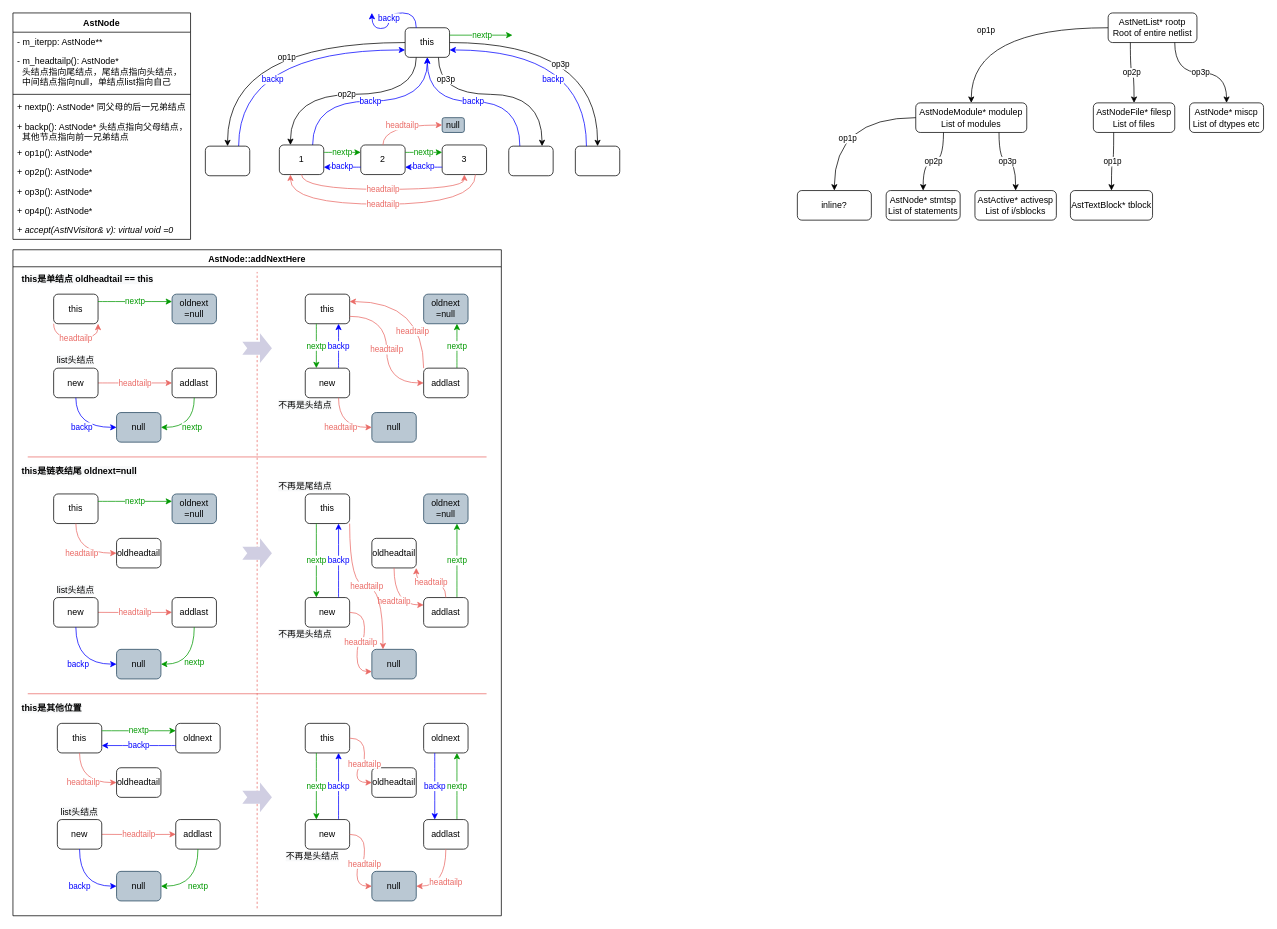
Dercury/CLDK keeps this draw.io diagram as verilator_digrams/V3AstNode.drawio. Above is the earlier version. Source tidied: cells renumbered, new cells numbered last; positions are measured from the earlier drawing's top-left corner, leaving out a move shared by most shapes. Both pictures are drawn from the tidied source at 74%, with x=0, y=0 at pixel (13, 13).
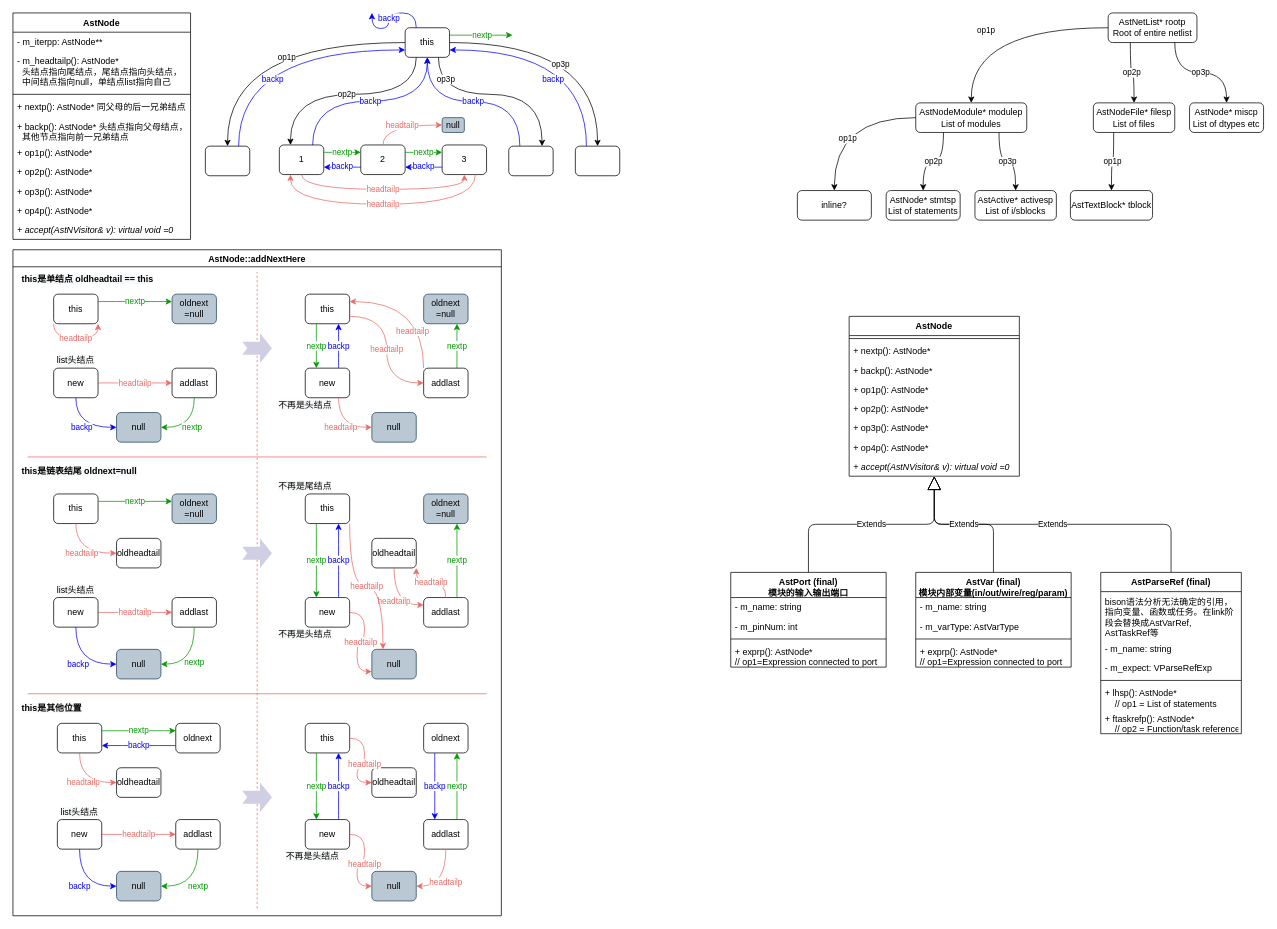
The same diagram, later.

What changed in the source:
```diff
@@
+    <mxCell id="140" value="AstParseRef (final)" style="swimlane;fontStyle=1;align=center;verticalAlign=top;horizontal=1;startSize=26;" parent="1" vertex="1">
+      <mxGeometry x="1470" y="756" width="190" height="218" as="geometry" />
+    </mxCell>
+    <mxCell id="141" value="bison语法分析无法确定的引用，指向变量、函数或任务。在link阶段会替换成AstVarRef, AstTaskRef等" style="text;strokeColor=none;fillColor=none;align=left;verticalAlign=top;spacingLeft=4;spacingRight=4;overflow=hidden;whiteSpace=wrap;" parent="140" vertex="1">
+      <mxGeometry y="26" width="190" height="64" as="geometry" />
+    </mxCell>
+    <mxCell id="142" value="- m_name: string" style="text;strokeColor=none;fillColor=none;align=left;verticalAlign=top;spacingLeft=4;spacingRight=4;overflow=hidden;" parent="140" vertex="1">
+      <mxGeometry y="90" width="190" height="26" as="geometry" />
+    </mxCell>
+    <mxCell id="143" value="- m_expect: VParseRefExp" style="text;strokeColor=none;fillColor=none;align=left;verticalAlign=top;spacingLeft=4;spacingRight=4;overflow=hidden;" parent="140" vertex="1">
+      <mxGeometry y="116" width="190" height="26" as="geometry" />
+    </mxCell>
+    <mxCell id="144" style="line;strokeWidth=1;fillColor=none;align=left;verticalAlign=middle;spacingTop=-1;spacingLeft=3;spacingRight=3;labelPosition=right;" parent="140" vertex="1">
+      <mxGeometry y="142" width="190" height="8" as="geometry" />
+    </mxCell>
+    <mxCell id="145" value="+ lhsp(): AstNode*&#10;    // op1 = List of statements" style="text;strokeColor=none;fillColor=none;align=left;verticalAlign=top;spacingLeft=4;spacingRight=4;overflow=hidden;" parent="140" vertex="1">
+      <mxGeometry y="150" width="190" height="34" as="geometry" />
+    </mxCell>
+    <mxCell id="146" value="+ ftaskrefp(): AstNode*&#10;    // op2 = Function/task reference" style="text;strokeColor=none;fillColor=none;align=left;verticalAlign=top;spacingLeft=4;spacingRight=4;overflow=hidden;" parent="140" vertex="1">
+      <mxGeometry y="184" width="190" height="34" as="geometry" />
+    </mxCell>
+    <mxCell id="147" value="AstNode" style="swimlane;fontStyle=1;align=center;verticalAlign=top;horizontal=1;startSize=26;" parent="1" vertex="1">
+      <mxGeometry x="1130" y="410" width="230" height="216" as="geometry" />
+    </mxCell>
+    <mxCell id="148" style="line;strokeWidth=1;fillColor=none;align=left;verticalAlign=middle;spacingTop=-1;spacingLeft=3;spacingRight=3;labelPosition=right;" parent="147" vertex="1">
+      <mxGeometry y="26" width="230" height="8" as="geometry" />
+    </mxCell>
+    <mxCell id="149" value="+ nextp(): AstNode*" style="text;strokeColor=none;fillColor=none;align=left;verticalAlign=top;spacingLeft=4;spacingRight=4;overflow=hidden;" parent="147" vertex="1">
+      <mxGeometry y="34" width="230" height="26" as="geometry" />
+    </mxCell>
+    <mxCell id="150" value="+ backp(): AstNode*" style="text;strokeColor=none;fillColor=none;align=left;verticalAlign=top;spacingLeft=4;spacingRight=4;overflow=hidden;" parent="147" vertex="1">
+      <mxGeometry y="60" width="230" height="26" as="geometry" />
+    </mxCell>
+    <mxCell id="151" value="+ op1p(): AstNode*" style="text;strokeColor=none;fillColor=none;align=left;verticalAlign=top;spacingLeft=4;spacingRight=4;overflow=hidden;" parent="147" vertex="1">
+      <mxGeometry y="86" width="230" height="26" as="geometry" />
+    </mxCell>
+    <mxCell id="152" value="+ op2p(): AstNode*" style="text;strokeColor=none;fillColor=none;align=left;verticalAlign=top;spacingLeft=4;spacingRight=4;overflow=hidden;" parent="147" vertex="1">
+      <mxGeometry y="112" width="230" height="26" as="geometry" />
+    </mxCell>
+    <mxCell id="153" value="+ op3p(): AstNode*" style="text;strokeColor=none;fillColor=none;align=left;verticalAlign=top;spacingLeft=4;spacingRight=4;overflow=hidden;" parent="147" vertex="1">
+      <mxGeometry y="138" width="230" height="26" as="geometry" />
+    </mxCell>
+    <mxCell id="154" value="+ op4p(): AstNode*" style="text;strokeColor=none;fillColor=none;align=left;verticalAlign=top;spacingLeft=4;spacingRight=4;overflow=hidden;" parent="147" vertex="1">
+      <mxGeometry y="164" width="230" height="26" as="geometry" />
+    </mxCell>
+    <mxCell id="155" value="+ accept(AstNVisitor&amp; v): virtual void =0" style="text;strokeColor=none;fillColor=none;align=left;verticalAlign=top;spacingLeft=4;spacingRight=4;overflow=hidden;fontStyle=2;" parent="147" vertex="1">
+      <mxGeometry y="190" width="230" height="26" as="geometry" />
+    </mxCell>
+    <mxCell id="156" value="Extends" style="endArrow=block;endSize=16;endFill=0;html=1;edgeStyle=orthogonalEdgeStyle;exitX=0.5;exitY=0;exitDx=0;exitDy=0;" parent="1" edge="1" source="140" target="147">
+      <mxGeometry relative="1" as="geometry" />
+    </mxCell>
+    <mxCell id="157" value="AstPort (final)&#10;模块的输入输出端口" style="swimlane;fontStyle=1;align=center;verticalAlign=top;horizontal=1;startSize=34;" parent="1" vertex="1">
+      <mxGeometry x="970" y="756" width="210" height="128" as="geometry" />
+    </mxCell>
+    <mxCell id="158" value="- m_name: string" style="text;strokeColor=none;fillColor=none;align=left;verticalAlign=top;spacingLeft=4;spacingRight=4;overflow=hidden;" parent="157" vertex="1">
+      <mxGeometry y="34" width="210" height="26" as="geometry" />
+    </mxCell>
+    <mxCell id="159" value="- m_pinNum: int" style="text;strokeColor=none;fillColor=none;align=left;verticalAlign=top;spacingLeft=4;spacingRight=4;overflow=hidden;" parent="157" vertex="1">
+      <mxGeometry y="60" width="210" height="26" as="geometry" />
+    </mxCell>
+    <mxCell id="160" style="line;strokeWidth=1;fillColor=none;align=left;verticalAlign=middle;spacingTop=-1;spacingLeft=3;spacingRight=3;labelPosition=right;" parent="157" vertex="1">
+      <mxGeometry y="86" width="210" height="8" as="geometry" />
+    </mxCell>
+    <mxCell id="161" value="+ exprp(): AstNode*&#10;// op1=Expression connected to port" style="text;strokeColor=none;fillColor=none;align=left;verticalAlign=top;spacingLeft=4;spacingRight=4;overflow=hidden;" parent="157" vertex="1">
+      <mxGeometry y="94" width="210" height="34" as="geometry" />
+    </mxCell>
+    <mxCell id="162" value="Extends" style="endArrow=block;endSize=16;endFill=0;html=1;edgeStyle=orthogonalEdgeStyle;" parent="1" edge="1" source="157" target="147">
+      <mxGeometry relative="1" as="geometry" />
+    </mxCell>
+    <mxCell id="163" value="AstVar (final)&#10;模块内部变量(in/out/wire/reg/param)" style="swimlane;fontStyle=1;align=center;verticalAlign=top;horizontal=1;startSize=34;" parent="1" vertex="1">
+      <mxGeometry x="1220" y="756" width="210" height="128" as="geometry" />
+    </mxCell>
+    <mxCell id="164" value="- m_name: string" style="text;strokeColor=none;fillColor=none;align=left;verticalAlign=top;spacingLeft=4;spacingRight=4;overflow=hidden;" parent="163" vertex="1">
+      <mxGeometry y="34" width="210" height="26" as="geometry" />
+    </mxCell>
+    <mxCell id="165" value="- m_varType: AstVarType" style="text;strokeColor=none;fillColor=none;align=left;verticalAlign=top;spacingLeft=4;spacingRight=4;overflow=hidden;" parent="163" vertex="1">
+      <mxGeometry y="60" width="210" height="26" as="geometry" />
+    </mxCell>
+    <mxCell id="166" style="line;strokeWidth=1;fillColor=none;align=left;verticalAlign=middle;spacingTop=-1;spacingLeft=3;spacingRight=3;labelPosition=right;" parent="163" vertex="1">
+      <mxGeometry y="86" width="210" height="8" as="geometry" />
+    </mxCell>
+    <mxCell id="167" value="+ exprp(): AstNode*&#10;// op1=Expression connected to port" style="text;strokeColor=none;fillColor=none;align=left;verticalAlign=top;spacingLeft=4;spacingRight=4;overflow=hidden;" parent="163" vertex="1">
+      <mxGeometry y="94" width="210" height="34" as="geometry" />
+    </mxCell>
+    <mxCell id="168" value="Extends" style="endArrow=block;endSize=16;endFill=0;html=1;edgeStyle=orthogonalEdgeStyle;exitX=0.5;exitY=0;exitDx=0;exitDy=0;" parent="1" edge="1" source="163" target="147">
+      <mxGeometry relative="1" as="geometry" />
+    </mxCell>
```
